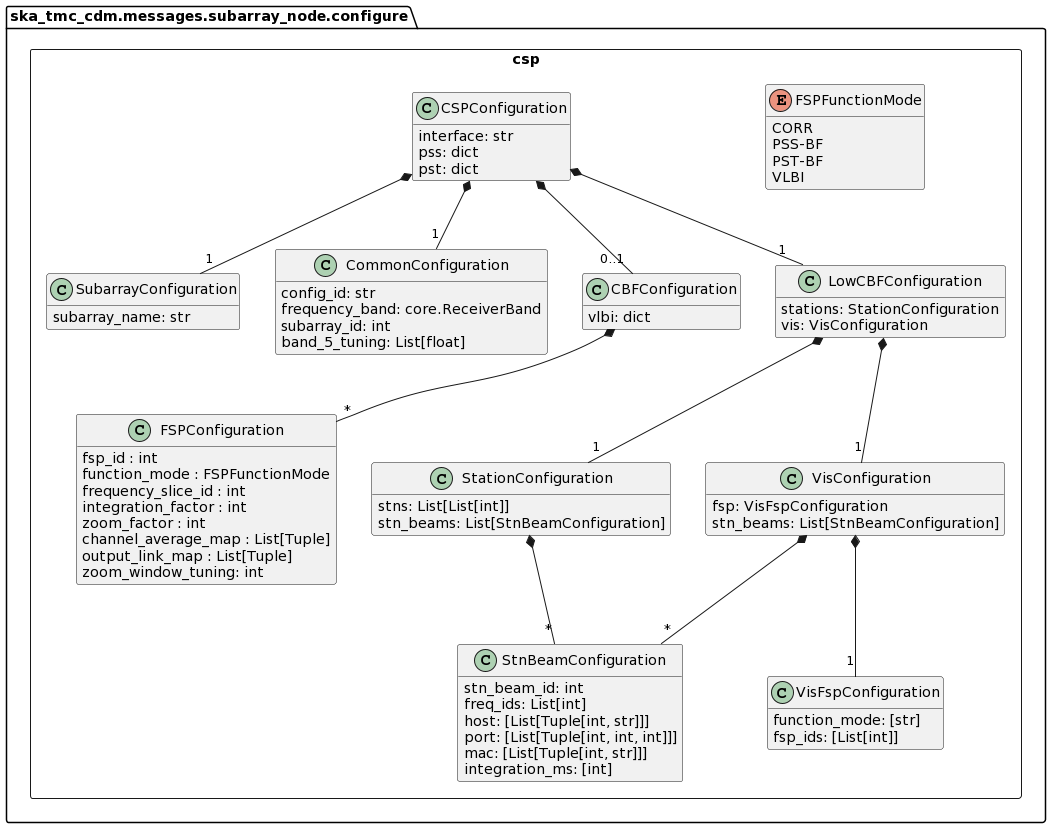
This is docs/src/developer/subarraynode/csp.png from ska-telescope/cdm-shared-library, a PlantUML export, as it was before one commit.
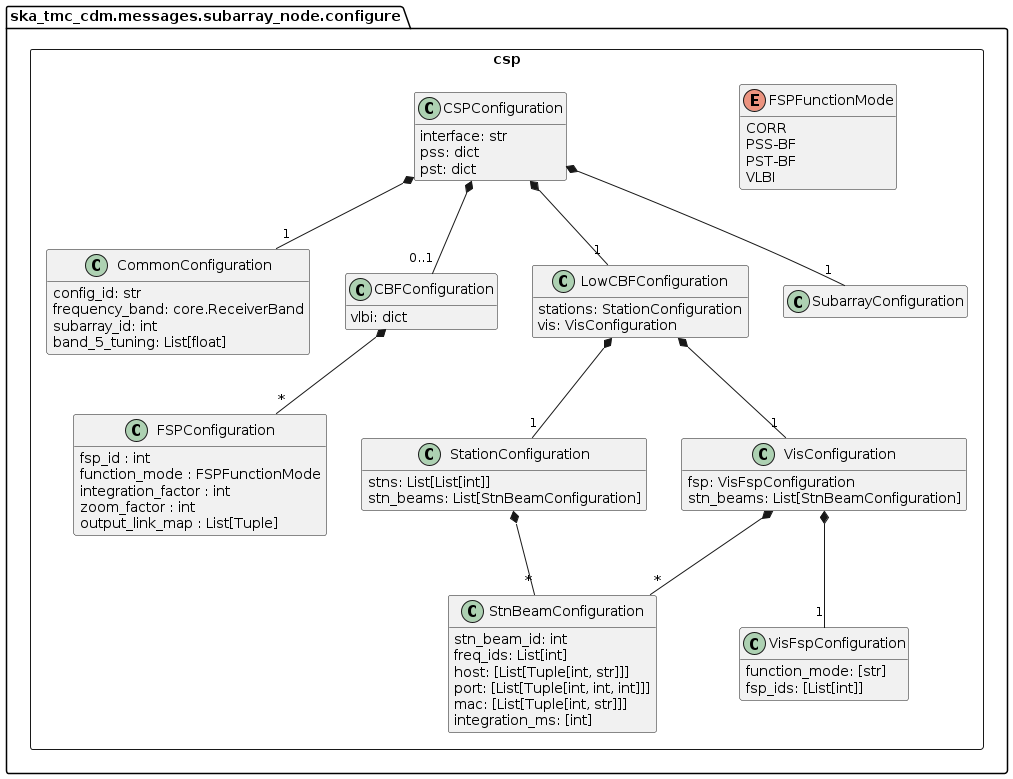
Later version of the same file.

Commit message:
STAR-558: WIP, Removing frequency_slive_id

What changed in the source:
```diff
@@ -8,9 +8,6 @@
 set separator none
 package ska_tmc_cdm.messages.subarray_node.configure {
 	package csp <<Rectangle>> {
-	    class SubarrayConfiguration {
-	        subarray_name: str
-	    }
 
 	    class CommonConfiguration {
 	        config_id: str
@@ -33,12 +30,9 @@
 		class FSPConfiguration {
 			fsp_id : int
 			function_mode : FSPFunctionMode
-			frequency_slice_id : int
 			integration_factor : int
 			zoom_factor : int
-			channel_average_map : List[Tuple]
 			output_link_map : List[Tuple]
-			zoom_window_tuning: int
 		}
 
 		class CSPConfiguration {
```
